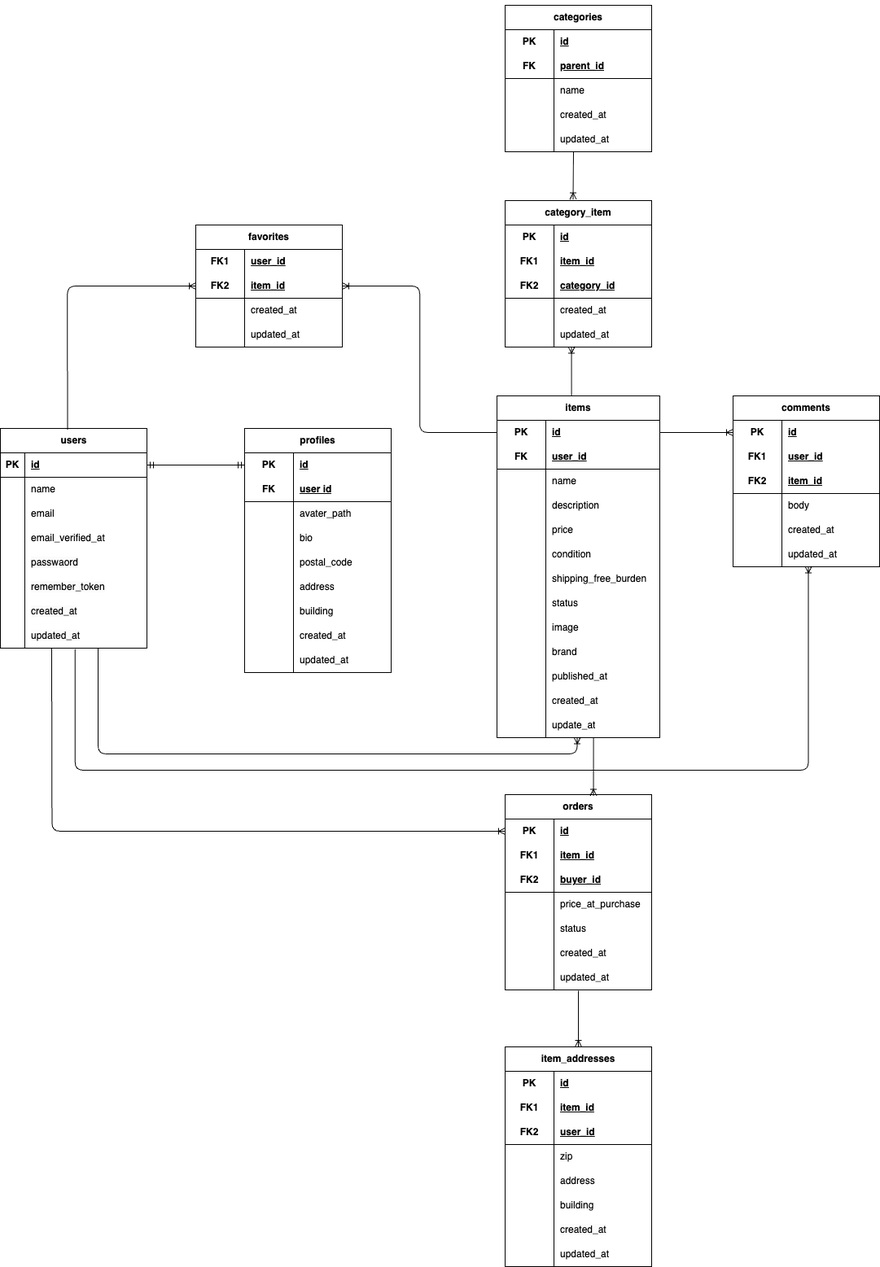
The draw.io diagram ERD.png in satomayuko/fleamarket-app, before a commit. Source tidied: cells renumbered, new cells last; positions are measured from the earlier drawing's top-left corner, leaving out a move shared by most shapes.
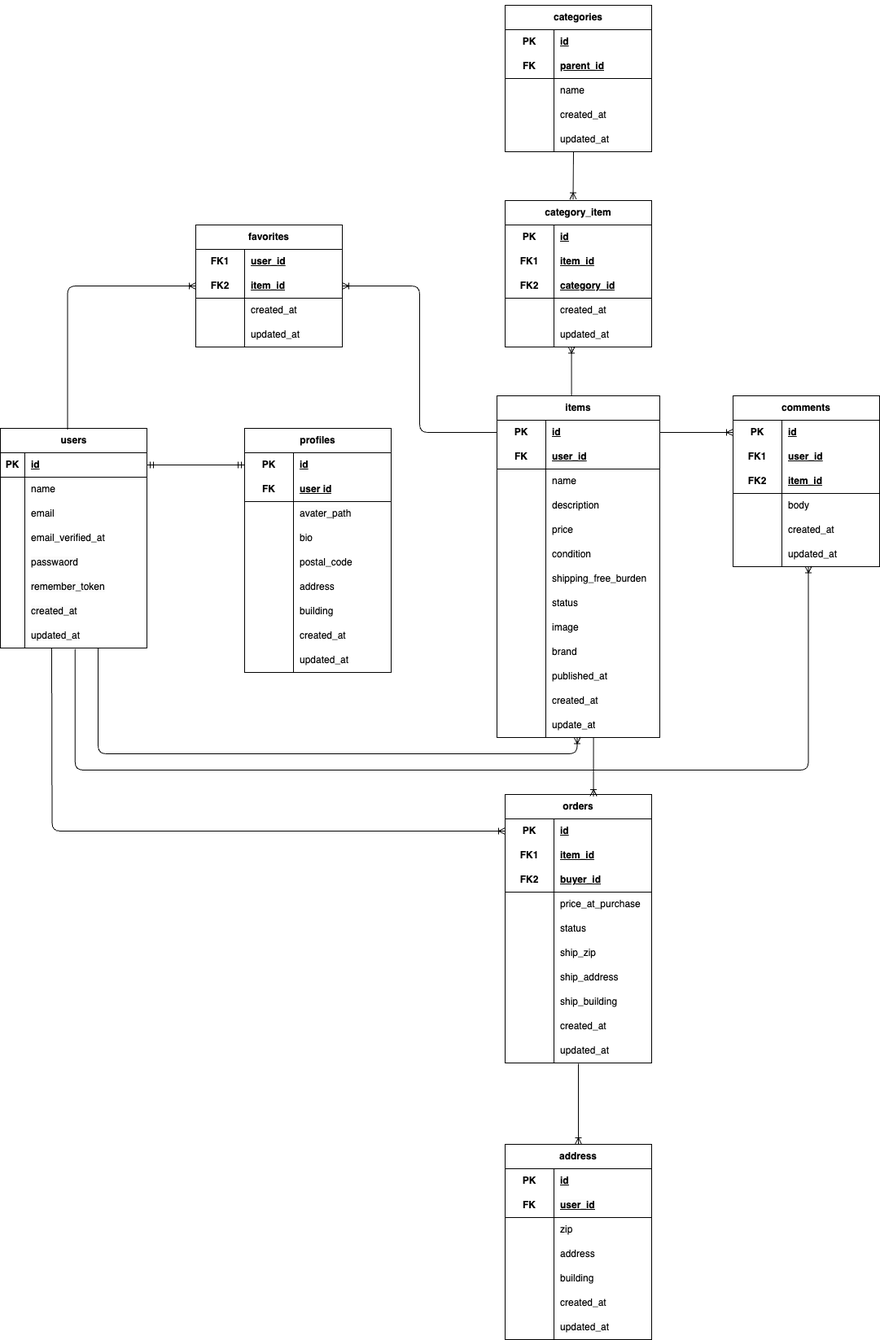
Later version of the same file.

Commit message:
update: ER図修正・Address/Order関連変更・マイグレーション追加

Diff of the diagram source:
```diff
@@ -53,3 +53,3 @@
     <mxCell id="18" value="orders" style="shape=table;startSize=30;rowLines=0;fontStyle=1;align=center;html=1;whiteSpace=wrap;" parent="1" vertex="1">
-      <mxGeometry x="620" y="970" width="180" height="240" as="geometry" />
+      <mxGeometry x="620" y="970" width="180" height="330" as="geometry" />
     </mxCell>
@@ -100,4 +100,31 @@
     </mxCell>
+    <mxCell id="217" style="shape=tableRow;horizontal=0;startSize=0;swimlaneHead=0;swimlaneBody=0;fillColor=none;top=0;left=0;right=0;bottom=0;html=1;" parent="18" vertex="1">
+      <mxGeometry y="180" width="180" height="30" as="geometry" />
+    </mxCell>
+    <mxCell id="218" style="shape=partialRectangle;fillColor=none;top=0;left=0;bottom=0;right=0;overflow=hidden;html=1;whiteSpace=wrap;" parent="217" vertex="1">
+      <mxGeometry width="60" height="30" as="geometry" />
+    </mxCell>
+    <mxCell id="219" value="ship_zip" style="shape=partialRectangle;fillColor=none;top=0;left=0;bottom=0;right=0;align=left;spacingLeft=6;overflow=hidden;html=1;whiteSpace=wrap;" parent="217" vertex="1">
+      <mxGeometry x="60" width="120" height="30" as="geometry" />
+    </mxCell>
+    <mxCell id="220" style="shape=tableRow;horizontal=0;startSize=0;swimlaneHead=0;swimlaneBody=0;fillColor=none;top=0;left=0;right=0;bottom=0;html=1;" parent="18" vertex="1">
+      <mxGeometry y="210" width="180" height="30" as="geometry" />
+    </mxCell>
+    <mxCell id="221" style="shape=partialRectangle;fillColor=none;top=0;left=0;bottom=0;right=0;overflow=hidden;html=1;whiteSpace=wrap;" parent="220" vertex="1">
+      <mxGeometry width="60" height="30" as="geometry" />
+    </mxCell>
+    <mxCell id="222" value="ship_address" style="shape=partialRectangle;fillColor=none;top=0;left=0;bottom=0;right=0;align=left;spacingLeft=6;overflow=hidden;html=1;whiteSpace=wrap;" parent="220" vertex="1">
+      <mxGeometry x="60" width="120" height="30" as="geometry" />
+    </mxCell>
+    <mxCell id="178" style="shape=tableRow;horizontal=0;startSize=0;swimlaneHead=0;swimlaneBody=0;fillColor=none;top=0;left=0;right=0;bottom=0;html=1;" parent="18" vertex="1">
+      <mxGeometry y="240" width="180" height="30" as="geometry" />
+    </mxCell>
+    <mxCell id="223" style="shape=partialRectangle;fillColor=none;top=0;left=0;bottom=0;right=0;overflow=hidden;html=1;whiteSpace=wrap;" parent="178" vertex="1">
+      <mxGeometry width="60" height="30" as="geometry" />
+    </mxCell>
+    <mxCell id="224" value="ship_building" style="shape=partialRectangle;fillColor=none;top=0;left=0;bottom=0;right=0;align=left;spacingLeft=6;overflow=hidden;html=1;whiteSpace=wrap;" parent="178" vertex="1">
+      <mxGeometry x="60" width="120" height="30" as="geometry" />
+    </mxCell>
     <mxCell id="34" style="shape=tableRow;horizontal=0;startSize=0;swimlaneHead=0;swimlaneBody=0;fillColor=none;top=0;left=0;right=0;bottom=0;html=1;" parent="18" vertex="1">
-      <mxGeometry y="180" width="180" height="30" as="geometry" />
+      <mxGeometry y="270" width="180" height="30" as="geometry" />
     </mxCell>
@@ -110,3 +137,3 @@
     <mxCell id="37" style="shape=tableRow;horizontal=0;startSize=0;swimlaneHead=0;swimlaneBody=0;fillColor=none;points=[[0,0.5],[1,0.5]];portConstraint=eastwest;top=0;left=0;right=0;bottom=0;html=1;" parent="18" vertex="1">
-      <mxGeometry y="210" width="180" height="30" as="geometry" />
+      <mxGeometry y="300" width="180" height="30" as="geometry" />
     </mxCell>
@@ -466,78 +493,3 @@
     </mxCell>
-    <mxCell id="156" value="item_addresses" style="shape=table;startSize=30;rowLines=0;fontStyle=1;align=center;html=1;whiteSpace=wrap;" parent="1" vertex="1">
-      <mxGeometry x="620" y="1280" width="180" height="270" as="geometry" />
-    </mxCell>
-    <mxCell id="157" style="shape=tableRow;horizontal=0;startSize=0;swimlaneHead=0;swimlaneBody=0;fillColor=none;top=0;left=0;right=0;bottom=0;html=1;" parent="156" vertex="1">
-      <mxGeometry y="30" width="180" height="30" as="geometry" />
-    </mxCell>
-    <mxCell id="158" value="PK" style="shape=partialRectangle;fillColor=none;top=0;left=0;bottom=0;right=0;fontStyle=1;overflow=hidden;html=1;whiteSpace=wrap;" parent="157" vertex="1">
-      <mxGeometry width="60" height="30" as="geometry" />
-    </mxCell>
-    <mxCell id="159" value="&lt;meta charset=&quot;utf-8&quot;&gt;&lt;span style=&quot;color: rgb(0, 0, 0); font-family: Helvetica; font-size: 12px; font-style: normal; font-variant-ligatures: normal; font-variant-caps: normal; font-weight: 700; letter-spacing: normal; orphans: 2; text-align: left; text-indent: 0px; text-transform: none; widows: 2; word-spacing: 0px; -webkit-text-stroke-width: 0px; white-space: normal; background-color: rgb(251, 251, 251); text-decoration: underline; display: inline !important; float: none;&quot;&gt;id&lt;/span&gt;" style="shape=partialRectangle;fillColor=none;top=0;left=0;bottom=0;right=0;align=left;spacingLeft=6;fontStyle=5;overflow=hidden;html=1;whiteSpace=wrap;" parent="157" vertex="1">
-      <mxGeometry x="60" width="120" height="30" as="geometry" />
-    </mxCell>
-    <mxCell id="160" style="shape=tableRow;horizontal=0;startSize=0;swimlaneHead=0;swimlaneBody=0;fillColor=none;top=0;left=0;right=0;bottom=0;html=1;" parent="156" vertex="1">
-      <mxGeometry y="60" width="180" height="30" as="geometry" />
-    </mxCell>
-    <mxCell id="161" value="FK1" style="shape=partialRectangle;fillColor=none;top=0;left=0;bottom=0;right=0;fontStyle=1;overflow=hidden;html=1;whiteSpace=wrap;" parent="160" vertex="1">
-      <mxGeometry width="60" height="30" as="geometry" />
-    </mxCell>
-    <mxCell id="162" value="item_id" style="shape=partialRectangle;fillColor=none;top=0;left=0;bottom=0;right=0;align=left;spacingLeft=6;fontStyle=5;overflow=hidden;html=1;whiteSpace=wrap;" parent="160" vertex="1">
-      <mxGeometry x="60" width="120" height="30" as="geometry" />
-    </mxCell>
-    <mxCell id="163" style="shape=tableRow;horizontal=0;startSize=0;swimlaneHead=0;swimlaneBody=0;fillColor=none;top=0;left=0;right=0;bottom=1;html=1;" parent="156" vertex="1">
-      <mxGeometry y="90" width="180" height="30" as="geometry" />
-    </mxCell>
-    <mxCell id="164" value="FK2" style="shape=partialRectangle;fillColor=none;top=0;left=0;bottom=0;right=0;fontStyle=1;overflow=hidden;html=1;whiteSpace=wrap;" parent="163" vertex="1">
-      <mxGeometry width="60" height="30" as="geometry" />
-    </mxCell>
-    <mxCell id="165" value="user_id" style="shape=partialRectangle;fillColor=none;top=0;left=0;bottom=0;right=0;align=left;spacingLeft=6;fontStyle=5;overflow=hidden;html=1;whiteSpace=wrap;" parent="163" vertex="1">
-      <mxGeometry x="60" width="120" height="30" as="geometry" />
-    </mxCell>
-    <mxCell id="166" style="shape=tableRow;horizontal=0;startSize=0;swimlaneHead=0;swimlaneBody=0;fillColor=none;top=0;left=0;right=0;bottom=0;html=1;" parent="156" vertex="1">
-      <mxGeometry y="120" width="180" height="30" as="geometry" />
-    </mxCell>
-    <mxCell id="167" style="shape=partialRectangle;fillColor=none;top=0;left=0;bottom=0;right=0;overflow=hidden;html=1;whiteSpace=wrap;" parent="166" vertex="1">
-      <mxGeometry width="60" height="30" as="geometry" />
-    </mxCell>
-    <mxCell id="168" value="zip" style="shape=partialRectangle;fillColor=none;top=0;left=0;bottom=0;right=0;align=left;spacingLeft=6;overflow=hidden;html=1;whiteSpace=wrap;" parent="166" vertex="1">
-      <mxGeometry x="60" width="120" height="30" as="geometry" />
-    </mxCell>
-    <mxCell id="169" style="shape=tableRow;horizontal=0;startSize=0;swimlaneHead=0;swimlaneBody=0;fillColor=none;top=0;left=0;right=0;bottom=0;html=1;" parent="156" vertex="1">
-      <mxGeometry y="150" width="180" height="30" as="geometry" />
-    </mxCell>
-    <mxCell id="170" style="shape=partialRectangle;fillColor=none;top=0;left=0;bottom=0;right=0;overflow=hidden;html=1;whiteSpace=wrap;" parent="169" vertex="1">
-      <mxGeometry width="60" height="30" as="geometry" />
-    </mxCell>
-    <mxCell id="171" value="address" style="shape=partialRectangle;fillColor=none;top=0;left=0;bottom=0;right=0;align=left;spacingLeft=6;overflow=hidden;html=1;whiteSpace=wrap;" parent="169" vertex="1">
-      <mxGeometry x="60" width="120" height="30" as="geometry" />
-    </mxCell>
-    <mxCell id="172" style="shape=tableRow;horizontal=0;startSize=0;swimlaneHead=0;swimlaneBody=0;fillColor=none;top=0;left=0;right=0;bottom=0;html=1;" parent="156" vertex="1">
-      <mxGeometry y="180" width="180" height="30" as="geometry" />
-    </mxCell>
-    <mxCell id="173" style="shape=partialRectangle;fillColor=none;top=0;left=0;bottom=0;right=0;overflow=hidden;html=1;whiteSpace=wrap;" parent="172" vertex="1">
-      <mxGeometry width="60" height="30" as="geometry" />
-    </mxCell>
-    <mxCell id="174" value="building" style="shape=partialRectangle;fillColor=none;top=0;left=0;bottom=0;right=0;align=left;spacingLeft=6;overflow=hidden;html=1;whiteSpace=wrap;" parent="172" vertex="1">
-      <mxGeometry x="60" width="120" height="30" as="geometry" />
-    </mxCell>
-    <mxCell id="175" style="shape=tableRow;horizontal=0;startSize=0;swimlaneHead=0;swimlaneBody=0;fillColor=none;top=0;left=0;right=0;bottom=0;html=1;" parent="156" vertex="1">
-      <mxGeometry y="210" width="180" height="30" as="geometry" />
-    </mxCell>
-    <mxCell id="176" style="shape=partialRectangle;fillColor=none;top=0;left=0;bottom=0;right=0;overflow=hidden;html=1;whiteSpace=wrap;" parent="175" vertex="1">
-      <mxGeometry width="60" height="30" as="geometry" />
-    </mxCell>
-    <mxCell id="177" value="&lt;meta charset=&quot;utf-8&quot;&gt;&lt;span style=&quot;color: rgb(0, 0, 0); font-family: Helvetica; font-size: 12px; font-style: normal; font-variant-ligatures: normal; font-variant-caps: normal; font-weight: 400; letter-spacing: normal; orphans: 2; text-align: left; text-indent: 0px; text-transform: none; widows: 2; word-spacing: 0px; -webkit-text-stroke-width: 0px; white-space: normal; background-color: rgb(251, 251, 251); text-decoration-thickness: initial; text-decoration-style: initial; text-decoration-color: initial; display: inline !important; float: none;&quot;&gt;created_at&lt;/span&gt;" style="shape=partialRectangle;fillColor=none;top=0;left=0;bottom=0;right=0;align=left;spacingLeft=6;overflow=hidden;html=1;whiteSpace=wrap;" parent="175" vertex="1">
-      <mxGeometry x="60" width="120" height="30" as="geometry" />
-    </mxCell>
-    <mxCell id="178" style="shape=tableRow;horizontal=0;startSize=0;swimlaneHead=0;swimlaneBody=0;fillColor=none;top=0;left=0;right=0;bottom=0;html=1;" parent="156" vertex="1">
-      <mxGeometry y="240" width="180" height="30" as="geometry" />
-    </mxCell>
-    <mxCell id="179" style="shape=partialRectangle;fillColor=none;top=0;left=0;bottom=0;right=0;overflow=hidden;html=1;whiteSpace=wrap;" parent="178" vertex="1">
-      <mxGeometry width="60" height="30" as="geometry" />
-    </mxCell>
-    <mxCell id="180" value="&lt;span style=&quot;color: rgb(0, 0, 0);&quot;&gt;updated_at&lt;/span&gt;" style="shape=partialRectangle;fillColor=none;top=0;left=0;bottom=0;right=0;align=left;spacingLeft=6;overflow=hidden;html=1;whiteSpace=wrap;" parent="178" vertex="1">
-      <mxGeometry x="60" width="120" height="30" as="geometry" />
-    </mxCell>
-    <mxCell id="181" style="fontSize=12;html=1;endArrow=ERoneToMany;exitX=0.5;exitY=1.033;exitDx=0;exitDy=0;exitPerimeter=0;entryX=0.5;entryY=0;entryDx=0;entryDy=0;" parent="1" edge="1" source="37" target="156">
+    <mxCell id="181" style="fontSize=12;html=1;endArrow=ERoneToMany;exitX=0.5;exitY=1.033;exitDx=0;exitDy=0;exitPerimeter=0;entryX=0.5;entryY=0;entryDx=0;entryDy=0;" parent="1" edge="1" source="37" target="225">
       <mxGeometry relative="1" as="geometry" />
@@ -662,2 +614,68 @@
     </mxCell>
+    <mxCell id="225" value="address" style="shape=table;startSize=30;rowLines=0;fontStyle=1;align=center;html=1;whiteSpace=wrap;" parent="1" vertex="1">
+      <mxGeometry x="620" y="1400" width="180" height="240" as="geometry" />
+    </mxCell>
+    <mxCell id="157" style="shape=tableRow;horizontal=0;startSize=0;swimlaneHead=0;swimlaneBody=0;fillColor=none;top=0;left=0;right=0;bottom=0;html=1;" parent="225" vertex="1">
+      <mxGeometry y="30" width="180" height="30" as="geometry" />
+    </mxCell>
+    <mxCell id="158" value="PK" style="shape=partialRectangle;fillColor=none;top=0;left=0;bottom=0;right=0;fontStyle=1;overflow=hidden;html=1;whiteSpace=wrap;" parent="157" vertex="1">
+      <mxGeometry width="60" height="30" as="geometry" />
+    </mxCell>
+    <mxCell id="159" value="&lt;meta charset=&quot;utf-8&quot;&gt;&lt;span style=&quot;color: rgb(0, 0, 0); font-family: Helvetica; font-size: 12px; font-style: normal; font-variant-ligatures: normal; font-variant-caps: normal; font-weight: 700; letter-spacing: normal; orphans: 2; text-align: left; text-indent: 0px; text-transform: none; widows: 2; word-spacing: 0px; -webkit-text-stroke-width: 0px; white-space: normal; background-color: rgb(251, 251, 251); text-decoration: underline; display: inline !important; float: none;&quot;&gt;id&lt;/span&gt;" style="shape=partialRectangle;fillColor=none;top=0;left=0;bottom=0;right=0;align=left;spacingLeft=6;fontStyle=5;overflow=hidden;html=1;whiteSpace=wrap;" parent="157" vertex="1">
+      <mxGeometry x="60" width="120" height="30" as="geometry" />
+    </mxCell>
+    <mxCell id="226" style="shape=tableRow;horizontal=0;startSize=0;swimlaneHead=0;swimlaneBody=0;fillColor=none;top=0;left=0;right=0;bottom=1;html=1;" parent="225" vertex="1">
+      <mxGeometry y="60" width="180" height="30" as="geometry" />
+    </mxCell>
+    <mxCell id="227" value="FK" style="shape=partialRectangle;fillColor=none;top=0;left=0;bottom=0;right=0;fontStyle=1;overflow=hidden;html=1;whiteSpace=wrap;" parent="226" vertex="1">
+      <mxGeometry width="60" height="30" as="geometry" />
+    </mxCell>
+    <mxCell id="165" value="&lt;meta charset=&quot;utf-8&quot;&gt;&lt;span style=&quot;color: rgb(0, 0, 0); font-family: Helvetica; font-size: 12px; font-style: normal; font-variant-ligatures: normal; font-variant-caps: normal; font-weight: 700; letter-spacing: normal; orphans: 2; text-align: left; text-indent: 0px; text-transform: none; widows: 2; word-spacing: 0px; -webkit-text-stroke-width: 0px; white-space: normal; background-color: rgb(251, 251, 251); text-decoration: underline; display: inline !important; float: none;&quot;&gt;user_id&lt;/span&gt;" style="shape=partialRectangle;fillColor=none;top=0;left=0;bottom=0;right=0;align=left;spacingLeft=6;fontStyle=5;overflow=hidden;html=1;whiteSpace=wrap;" parent="226" vertex="1">
+      <mxGeometry x="60" width="120" height="30" as="geometry" />
+    </mxCell>
+    <mxCell id="228" style="shape=tableRow;horizontal=0;startSize=0;swimlaneHead=0;swimlaneBody=0;fillColor=none;top=0;left=0;right=0;bottom=0;html=1;" parent="225" vertex="1">
+      <mxGeometry y="90" width="180" height="30" as="geometry" />
+    </mxCell>
+    <mxCell id="229" style="shape=partialRectangle;fillColor=none;top=0;left=0;bottom=0;right=0;overflow=hidden;html=1;whiteSpace=wrap;" parent="228" vertex="1">
+      <mxGeometry width="60" height="30" as="geometry" />
+    </mxCell>
+    <mxCell id="168" value="&lt;meta charset=&quot;utf-8&quot;&gt;&lt;span style=&quot;color: rgb(0, 0, 0); font-family: Helvetica; font-size: 12px; font-style: normal; font-variant-ligatures: normal; font-variant-caps: normal; font-weight: 400; letter-spacing: normal; orphans: 2; text-align: left; text-indent: 0px; text-transform: none; widows: 2; word-spacing: 0px; -webkit-text-stroke-width: 0px; white-space: normal; background-color: rgb(251, 251, 251); text-decoration-thickness: initial; text-decoration-style: initial; text-decoration-color: initial; display: inline !important; float: none;&quot;&gt;zip&lt;/span&gt;" style="shape=partialRectangle;fillColor=none;top=0;left=0;bottom=0;right=0;align=left;spacingLeft=6;overflow=hidden;html=1;whiteSpace=wrap;" parent="228" vertex="1">
+      <mxGeometry x="60" width="120" height="30" as="geometry" />
+    </mxCell>
+    <mxCell id="166" style="shape=tableRow;horizontal=0;startSize=0;swimlaneHead=0;swimlaneBody=0;fillColor=none;top=0;left=0;right=0;bottom=0;html=1;" parent="225" vertex="1">
+      <mxGeometry y="120" width="180" height="30" as="geometry" />
+    </mxCell>
+    <mxCell id="230" style="shape=partialRectangle;fillColor=none;top=0;left=0;bottom=0;right=0;overflow=hidden;html=1;whiteSpace=wrap;" parent="166" vertex="1">
+      <mxGeometry width="60" height="30" as="geometry" />
+    </mxCell>
+    <mxCell id="231" value="&lt;span style=&quot;color: rgb(0, 0, 0);&quot;&gt;address&lt;/span&gt;" style="shape=partialRectangle;fillColor=none;top=0;left=0;bottom=0;right=0;align=left;spacingLeft=6;overflow=hidden;html=1;whiteSpace=wrap;" parent="166" vertex="1">
+      <mxGeometry x="60" width="120" height="30" as="geometry" />
+    </mxCell>
+    <mxCell id="169" style="shape=tableRow;horizontal=0;startSize=0;swimlaneHead=0;swimlaneBody=0;fillColor=none;top=0;left=0;right=0;bottom=0;html=1;" parent="225" vertex="1">
+      <mxGeometry y="150" width="180" height="30" as="geometry" />
+    </mxCell>
+    <mxCell id="232" style="shape=partialRectangle;fillColor=none;top=0;left=0;bottom=0;right=0;overflow=hidden;html=1;whiteSpace=wrap;" parent="169" vertex="1">
+      <mxGeometry width="60" height="30" as="geometry" />
+    </mxCell>
+    <mxCell id="174" value="&lt;span style=&quot;color: rgb(0, 0, 0);&quot;&gt;building&lt;/span&gt;" style="shape=partialRectangle;fillColor=none;top=0;left=0;bottom=0;right=0;align=left;spacingLeft=6;overflow=hidden;html=1;whiteSpace=wrap;" parent="169" vertex="1">
+      <mxGeometry x="60" width="120" height="30" as="geometry" />
+    </mxCell>
+    <mxCell id="233" style="shape=tableRow;horizontal=0;startSize=0;swimlaneHead=0;swimlaneBody=0;fillColor=none;top=0;left=0;right=0;bottom=0;html=1;" parent="225" vertex="1">
+      <mxGeometry y="180" width="180" height="30" as="geometry" />
+    </mxCell>
+    <mxCell id="234" style="shape=partialRectangle;fillColor=none;top=0;left=0;bottom=0;right=0;overflow=hidden;html=1;whiteSpace=wrap;" parent="233" vertex="1">
+      <mxGeometry width="60" height="30" as="geometry" />
+    </mxCell>
+    <mxCell id="177" value="&lt;span style=&quot;color: rgb(0, 0, 0);&quot;&gt;created_at&lt;/span&gt;" style="shape=partialRectangle;fillColor=none;top=0;left=0;bottom=0;right=0;align=left;spacingLeft=6;overflow=hidden;html=1;whiteSpace=wrap;" parent="233" vertex="1">
+      <mxGeometry x="60" width="120" height="30" as="geometry" />
+    </mxCell>
+    <mxCell id="235" style="shape=tableRow;horizontal=0;startSize=0;swimlaneHead=0;swimlaneBody=0;fillColor=none;top=0;left=0;right=0;bottom=0;html=1;" parent="225" vertex="1">
+      <mxGeometry y="210" width="180" height="30" as="geometry" />
+    </mxCell>
+    <mxCell id="236" style="shape=partialRectangle;fillColor=none;top=0;left=0;bottom=0;right=0;overflow=hidden;html=1;whiteSpace=wrap;" parent="235" vertex="1">
+      <mxGeometry width="60" height="30" as="geometry" />
+    </mxCell>
+    <mxCell id="180" value="&lt;meta charset=&quot;utf-8&quot;&gt;&lt;span style=&quot;color: rgb(0, 0, 0); font-family: Helvetica; font-size: 12px; font-style: normal; font-variant-ligatures: normal; font-variant-caps: normal; font-weight: 400; letter-spacing: normal; orphans: 2; text-align: left; text-indent: 0px; text-transform: none; widows: 2; word-spacing: 0px; -webkit-text-stroke-width: 0px; white-space: normal; background-color: rgb(251, 251, 251); text-decoration-thickness: initial; text-decoration-style: initial; text-decoration-color: initial; display: inline !important; float: none;&quot;&gt;updated_at&lt;/span&gt;" style="shape=partialRectangle;fillColor=none;top=0;left=0;bottom=0;right=0;align=left;spacingLeft=6;overflow=hidden;html=1;whiteSpace=wrap;" parent="235" vertex="1">
+      <mxGeometry x="60" width="120" height="30" as="geometry" />
+    </mxCell>
   </root>
```
